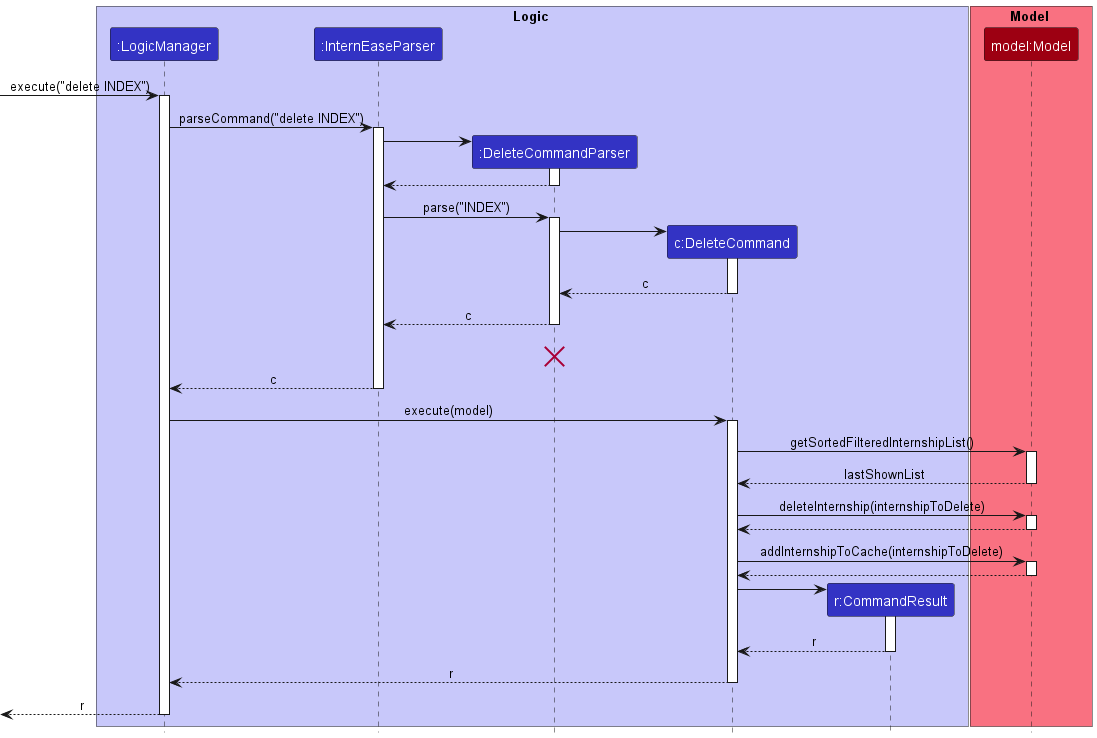
Earlier version of the PlantUML export docs/images/DeleteSequenceDiagram.png (nus-cs2103-AY2223S2/tp).
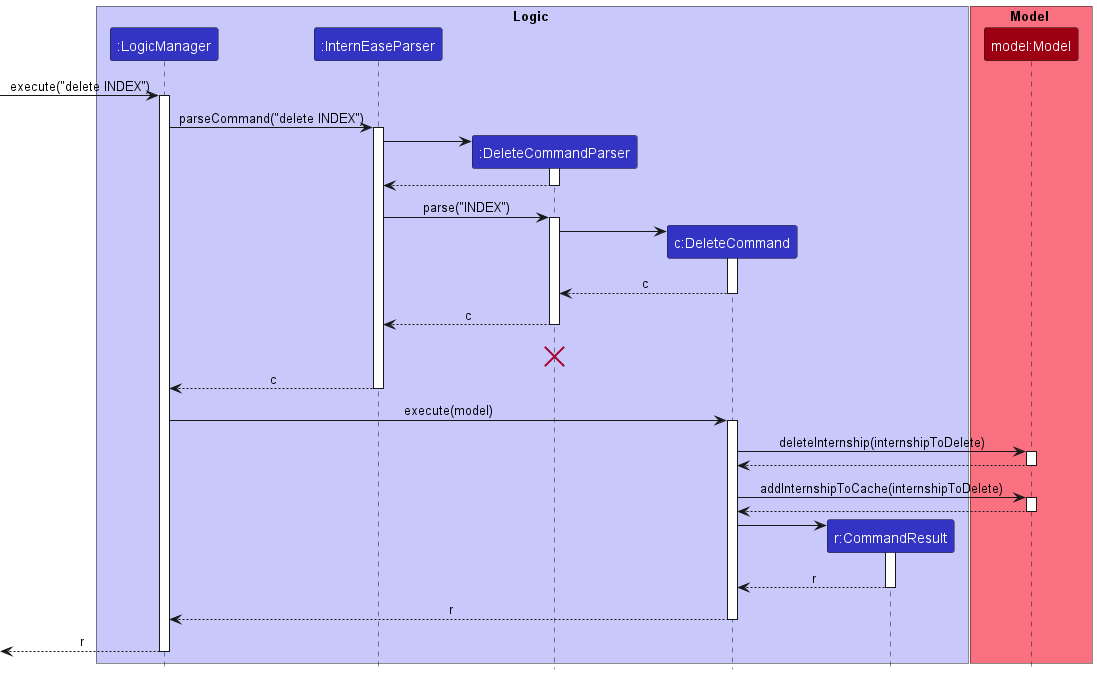
The same diagram one commit later.

What changed in the source:
```diff
@@ -46,12 +46,6 @@
 LogicManager -> DeleteCommand : execute(model)
 activate DeleteCommand
 
-DeleteCommand -> Model : getSortedFilteredInternshipList()
-activate Model
-
-Model --> DeleteCommand : lastShownList
-deactivate Model
-
 DeleteCommand -> Model : deleteInternship(internshipToDelete)
 activate Model
 
```
